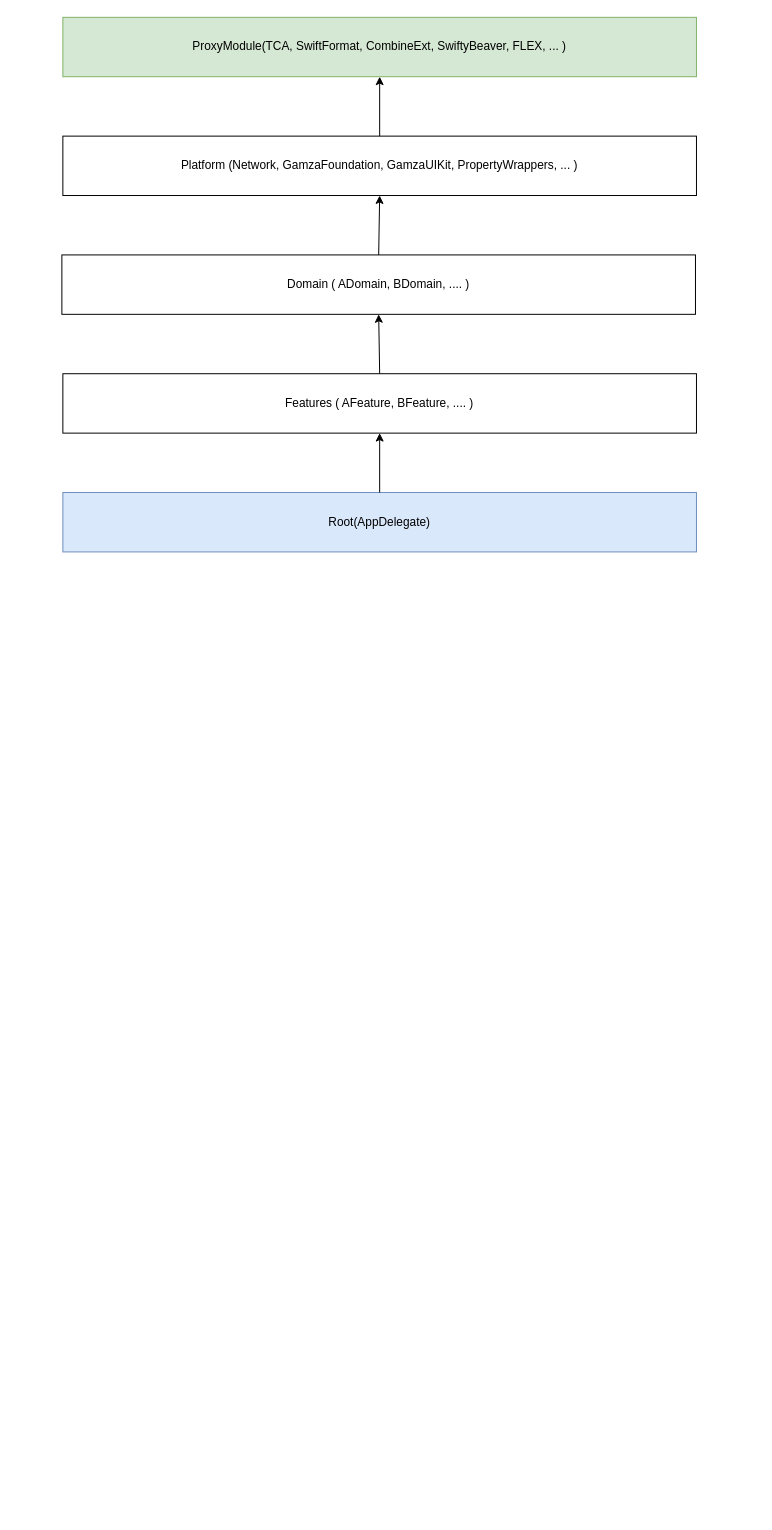
Above: diagram.drawio in good-potatos/Gamzabada-iOS (draw.io), before the change. Source tidied: cells renumbered, new cells numbered last; positions are measured from the earlier drawing's top-left corner, leaving out a move shared by most shapes. Both pictures are drawn from the tidied source at 99%, with x=0, y=0 at pixel (61, 17).
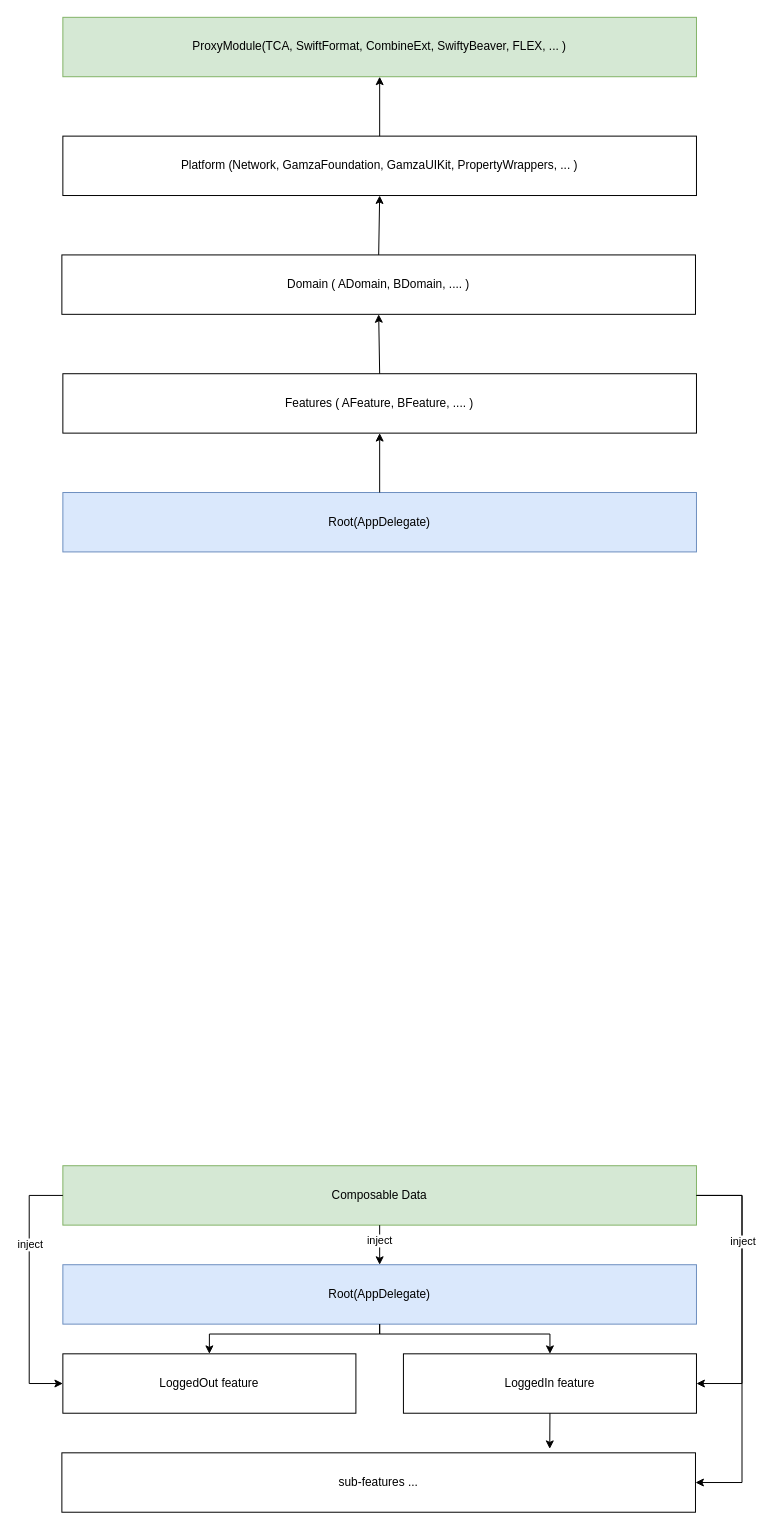
Above is the later version.

Diff of the diagram source:
```diff
@@
+    <mxCell id="11" value="Composable Data" style="rounded=0;whiteSpace=wrap;html=1;fillColor=#d5e8d4;strokeColor=#82b366;" parent="1" vertex="1">
+      <mxGeometry x="1" y="1160" width="640" height="60" as="geometry" />
+    </mxCell>
+    <mxCell id="12" value="Root(AppDelegate)" style="rounded=0;whiteSpace=wrap;html=1;fillColor=#dae8fc;strokeColor=#6c8ebf;" parent="1" vertex="1">
+      <mxGeometry x="1" y="1260" width="640" height="60" as="geometry" />
+    </mxCell>
+    <mxCell id="13" value="LoggedOut feature" style="rounded=0;whiteSpace=wrap;html=1;" parent="1" vertex="1">
+      <mxGeometry x="1" y="1350" width="296" height="60" as="geometry" />
+    </mxCell>
+    <mxCell id="14" value="LoggedIn feature" style="rounded=0;whiteSpace=wrap;html=1;" parent="1" vertex="1">
+      <mxGeometry x="345" y="1350" width="296" height="60" as="geometry" />
+    </mxCell>
+    <mxCell id="15" value="sub-features ..." style="rounded=0;whiteSpace=wrap;html=1;" parent="1" vertex="1">
+      <mxGeometry y="1450" width="640" height="60" as="geometry" />
+    </mxCell>
+    <mxCell id="16" style="endArrow=classic;html=1;rounded=0;exitX=0.5;exitY=1;exitDx=0;exitDy=0;entryX=0.5;entryY=0;entryDx=0;entryDy=0;" parent="1" edge="1" source="11" target="12">
+      <mxGeometry relative="1" as="geometry" />
+    </mxCell>
+    <mxCell id="17" value="inject" style="edgeLabel;html=1;align=center;verticalAlign=middle;" parent="16" vertex="1">
+      <mxGeometry x="-0.25" y="1" relative="1" as="geometry">
+        <mxPoint x="-2" as="offset" />
+      </mxGeometry>
+    </mxCell>
+    <mxCell id="18" style="endArrow=classic;html=1;rounded=0;exitX=0.5;exitY=1;exitDx=0;exitDy=0;entryX=0.5;entryY=0;entryDx=0;entryDy=0;" parent="1" edge="1" source="12" target="13">
+      <mxGeometry relative="1" as="geometry">
+        <Array as="points">
+          <mxPoint x="321" y="1330" />
+          <mxPoint x="149" y="1330" />
+        </Array>
+      </mxGeometry>
+    </mxCell>
+    <mxCell id="19" style="endArrow=classic;html=1;rounded=0;exitX=0.5;exitY=1;exitDx=0;exitDy=0;entryX=0.5;entryY=0;entryDx=0;entryDy=0;" parent="1" edge="1" source="12" target="14">
+      <mxGeometry relative="1" as="geometry">
+        <Array as="points">
+          <mxPoint x="321" y="1330" />
+          <mxPoint x="493" y="1330" />
+        </Array>
+      </mxGeometry>
+    </mxCell>
+    <mxCell id="20" style="endArrow=classic;html=1;rounded=0;exitX=0.5;exitY=1;exitDx=0;exitDy=0;entryX=0.77;entryY=-0.067;entryDx=0;entryDy=0;entryPerimeter=0;" parent="1" edge="1" source="14" target="15">
+      <mxGeometry relative="1" as="geometry" />
+    </mxCell>
+    <mxCell id="21" style="endArrow=classic;html=1;rounded=0;exitX=1;exitY=0.5;exitDx=0;exitDy=0;entryX=1;entryY=0.5;entryDx=0;entryDy=0;" parent="1" edge="1" source="11" target="14">
+      <mxGeometry relative="1" as="geometry">
+        <Array as="points">
+          <mxPoint x="687" y="1190" />
+          <mxPoint x="687" y="1380" />
+        </Array>
+      </mxGeometry>
+    </mxCell>
+    <mxCell id="22" style="endArrow=classic;html=1;rounded=0;exitX=0;exitY=0.5;exitDx=0;exitDy=0;entryX=0;entryY=0.5;entryDx=0;entryDy=0;" parent="1" edge="1" source="11" target="13">
+      <mxGeometry relative="1" as="geometry">
+        <Array as="points">
+          <mxPoint x="-33" y="1190" />
+          <mxPoint x="-33" y="1380" />
+        </Array>
+      </mxGeometry>
+    </mxCell>
+    <mxCell id="23" value="inject" style="edgeLabel;html=1;align=center;verticalAlign=middle;" parent="22" vertex="1">
+      <mxGeometry x="-0.36" relative="1" as="geometry" />
+    </mxCell>
+    <mxCell id="24" style="endArrow=classic;html=1;rounded=0;exitX=1;exitY=0.5;exitDx=0;exitDy=0;entryX=1;entryY=0.5;entryDx=0;entryDy=0;" parent="1" edge="1" source="11" target="15">
+      <mxGeometry relative="1" as="geometry">
+        <Array as="points">
+          <mxPoint x="687" y="1190" />
+          <mxPoint x="687" y="1480" />
+        </Array>
+      </mxGeometry>
+    </mxCell>
+    <mxCell id="25" value="inject" style="edgeLabel;html=1;align=center;verticalAlign=middle;" parent="24" vertex="1">
+      <mxGeometry x="-0.52" y="1" relative="1" as="geometry">
+        <mxPoint x="-1" as="offset" />
+      </mxGeometry>
+    </mxCell>
```
